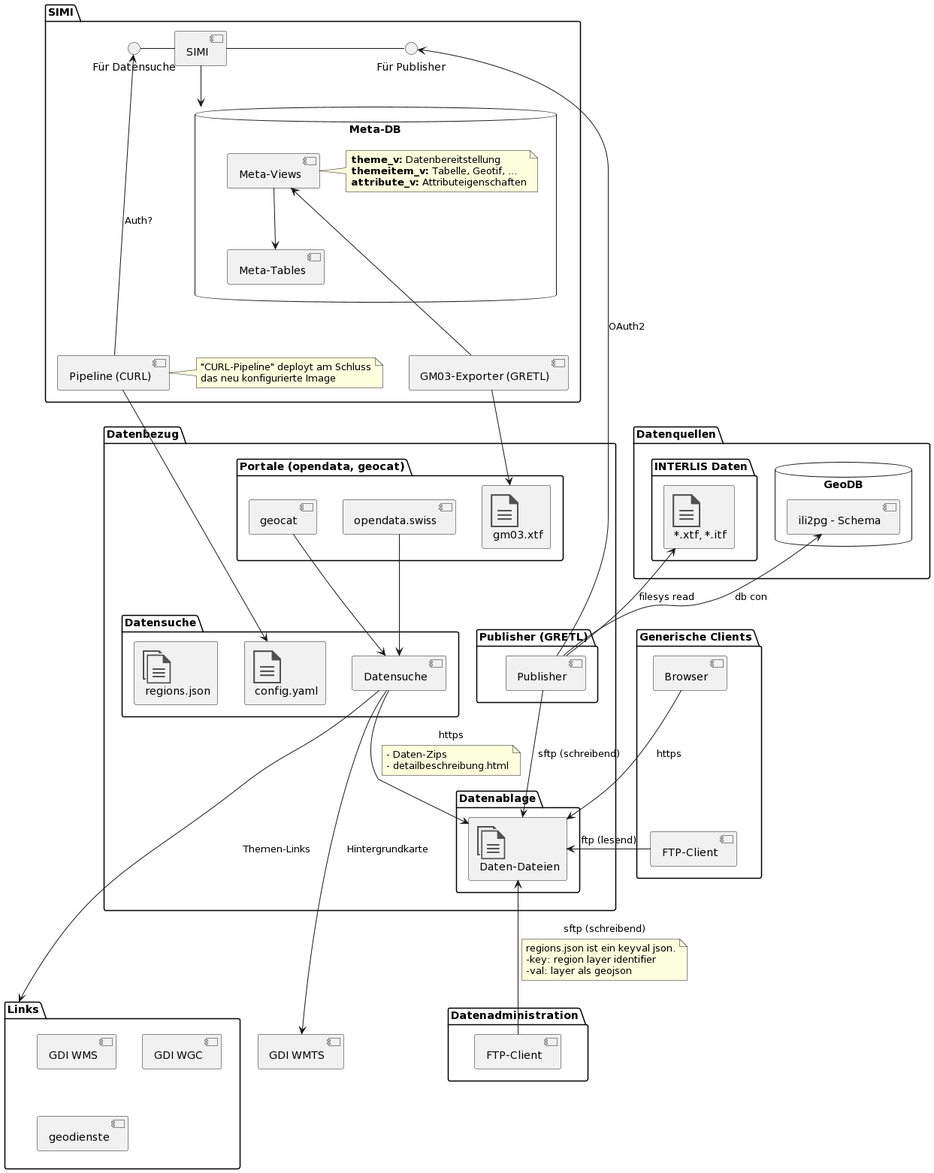
This is res/uebersicht.png from sogis/p-datenbezug, a PlantUML export, as it was before one commit.
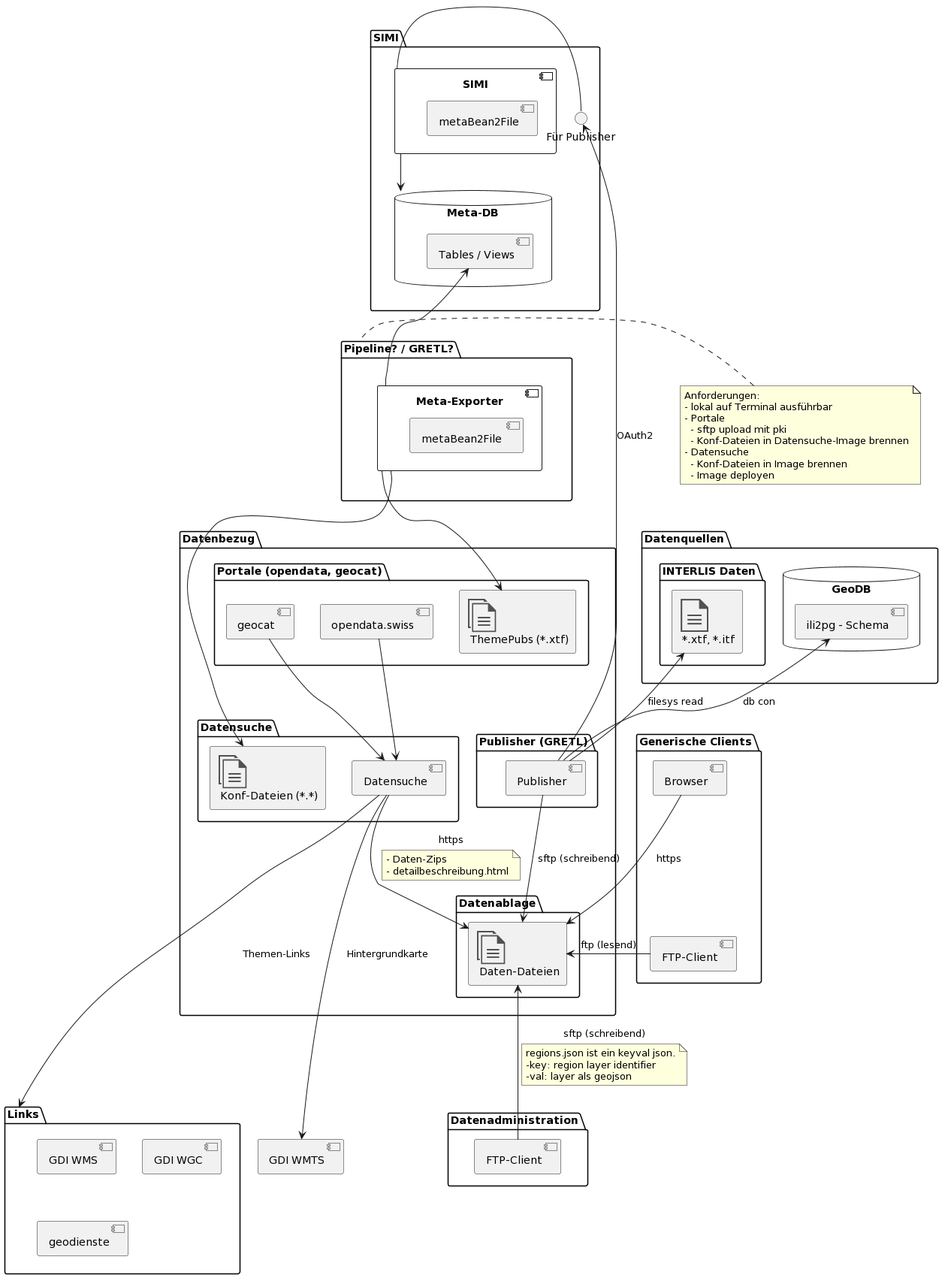
After the change.

Change to the diagram source:
```diff
@@ -16,38 +16,35 @@
 
 package "SIMI"{
 
-    [SIMI] as simi
+    component "SIMI" as simi {
+      [metaBean2File]
+    }
     () papi as "Für Publisher"
-    () sapi as "Für Datensuche"
     simi - papi
-    sapi - simi
 
     database "Meta-DB" as mdb {
-        [Meta-Tables] as mtbl
-        [Meta-Views] as mv
-        note right of mv
-        **theme_v:** Datenbereitstellung
-        **themeitem_v:** Tabelle, Geotif, ...
-        **attribute_v:** Attributeigenschaften
-        end note
-
-        mv --> mtbl
+        [Tables / Views] as mtrel
     }
 
-        [GM03-Exporter (GRETL)] as mex
-        [Pipeline (CURL)] as rex
+    simi --> mdb
+}
 
-        note right of rex
-          "CURL-Pipeline" deployt am Schluss
-          das neu konfigurierte Image
-        end note
+package "Pipeline? / GRETL?" as dag {
 
-
-    simi --> mdb
-
-    mex --up-> mv
-    rex ---up-> sapi : Auth?
+    component "Meta-Exporter" as mex {
+      [metaBean2File ]
+    }
 }
+note left of dag
+  Anforderungen:
+  - lokal auf Terminal ausführbar
+  - Portale
+    - sftp upload mit pki
+    - Konf-Dateien in Datensuche-Image brennen
+  - Datensuche
+    - Konf-Dateien in Image brennen
+    - Image deployen
+end note
 
 [GDI WMTS] as wmts
 
@@ -61,7 +58,7 @@
 package "Datenbezug"{
 
 		package "Portale (opendata, geocat)" {
-			OFF_DOCUMENT(gm03, gm03.xtf)
+			OFF_DOCUMENTS(gm03, ThemePubs (*.xtf))
 			[geocat] as gc
 			[opendata.swiss] as od
 		}
@@ -76,8 +73,7 @@
 
     package "Datensuche" {
         [Datensuche] as ds
-        OFF_DOCUMENT(bconf, config.yaml)
-        OFF_DOCUMENTS(regions, regions.json)
+        OFF_DOCUMENTS(bconf, Konf-Dateien (*.*))
     }
 
     pub --> data : sftp (schreibend)
@@ -114,8 +110,9 @@
   -val: layer als geojson
 end note
 
+mex -up-> mtrel
 mex --> gm03
-rex --> bconf
+mex --> bconf
 
 od --> ds
 gc --> ds
```
